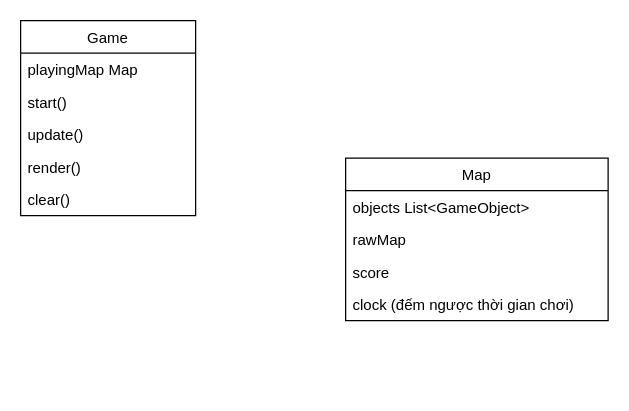
Above: src/main/java/uet/gryffindor/scenes/game uml.drawio in hoang1007/bomberman (draw.io), before the change. Source tidied: cells renumbered, new cells numbered last; positions are measured from the earlier drawing's top-left corner, leaving out a move shared by most shapes. Both pictures are drawn from the tidied source at 125%, with x=0, y=0 at pixel (20, 20).
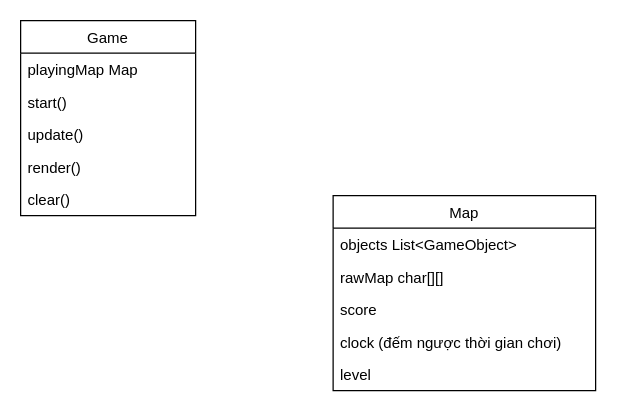
The same diagram, later.

Change to the diagram source:
```diff
@@
 <mxGraphModel>
   <root>
     <mxCell id="0" />
     <mxCell id="1" parent="0" />
     <mxCell id="2" value="Game" style="swimlane;fontStyle=0;horizontal=1;startSize=26;" parent="1" vertex="1">
       <mxGeometry width="140" height="156" as="geometry" />
     </mxCell>
     <mxCell id="3" value="playingMap Map" style="text;strokeColor=none;fillColor=none;align=left;verticalAlign=top;spacingLeft=4;spacingRight=4;overflow=hidden;" parent="2" vertex="1">
       <mxGeometry y="26" width="140" height="26" as="geometry" />
     </mxCell>
     <mxCell id="4" value="start()" style="text;strokeColor=none;fillColor=none;align=left;verticalAlign=top;spacingLeft=4;spacingRight=4;overflow=hidden;" parent="2" vertex="1">
       <mxGeometry y="52" width="140" height="26" as="geometry" />
     </mxCell>
     <mxCell id="5" value="update()" style="text;strokeColor=none;fillColor=none;align=left;verticalAlign=top;spacingLeft=4;spacingRight=4;overflow=hidden;" parent="2" vertex="1">
       <mxGeometry y="78" width="140" height="26" as="geometry" />
     </mxCell>
     <mxCell id="6" value="render()" style="text;strokeColor=none;fillColor=none;align=left;verticalAlign=top;spacingLeft=4;spacingRight=4;overflow=hidden;" parent="2" vertex="1">
       <mxGeometry y="104" width="140" height="26" as="geometry" />
     </mxCell>
     <mxCell id="7" value="clear()" style="text;strokeColor=none;fillColor=none;align=left;verticalAlign=top;spacingLeft=4;spacingRight=4;overflow=hidden;" parent="2" vertex="1">
       <mxGeometry y="130" width="140" height="26" as="geometry" />
     </mxCell>
     <mxCell id="8" value="Map" style="swimlane;fontStyle=0;horizontal=1;startSize=26;" parent="1" vertex="1">
-      <mxGeometry x="260" y="110" width="210" height="130" as="geometry" />
+      <mxGeometry x="250" y="140" width="210" height="156" as="geometry" />
     </mxCell>
     <mxCell id="9" value="objects List&lt;GameObject&gt;" style="text;strokeColor=none;fillColor=none;align=left;verticalAlign=top;spacingLeft=4;spacingRight=4;overflow=hidden;" parent="8" vertex="1">
       <mxGeometry y="26" width="210" height="26" as="geometry" />
     </mxCell>
-    <mxCell id="10" value="rawMap" style="text;strokeColor=none;fillColor=none;align=left;verticalAlign=top;spacingLeft=4;spacingRight=4;overflow=hidden;" parent="8" vertex="1">
+    <mxCell id="10" value="rawMap char[][]" style="text;strokeColor=none;fillColor=none;align=left;verticalAlign=top;spacingLeft=4;spacingRight=4;overflow=hidden;" parent="8" vertex="1">
       <mxGeometry y="52" width="210" height="26" as="geometry" />
     </mxCell>
     <mxCell id="11" value="score" style="text;strokeColor=none;fillColor=none;align=left;verticalAlign=top;spacingLeft=4;spacingRight=4;overflow=hidden;" parent="8" vertex="1">
       <mxGeometry y="78" width="210" height="26" as="geometry" />
     </mxCell>
     <mxCell id="12" value="clock (đếm ngược thời gian chơi)" style="text;strokeColor=none;fillColor=none;align=left;verticalAlign=top;spacingLeft=4;spacingRight=4;overflow=hidden;" parent="8" vertex="1">
       <mxGeometry y="104" width="210" height="26" as="geometry" />
     </mxCell>
+    <mxCell id="13" value="level" style="text;strokeColor=none;fillColor=none;align=left;verticalAlign=top;spacingLeft=4;spacingRight=4;overflow=hidden;" parent="8" vertex="1">
+      <mxGeometry y="130" width="210" height="26" as="geometry" />
+    </mxCell>
   </root>
 </mxGraphModel>
```
